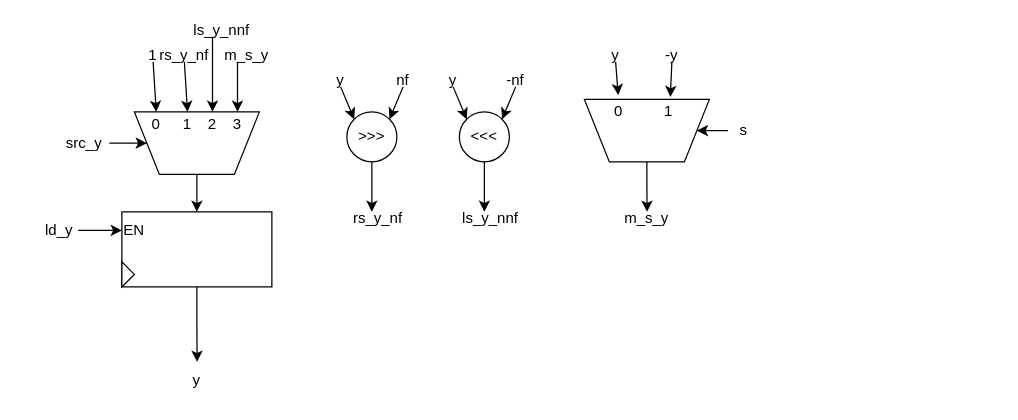
Earlier version of the draw.io diagram DataPath_reg_y.drawio (0xByteRush/COE302). Source tidied: cells renumbered, new cells numbered last; positions are measured from the earlier drawing's top-left corner, leaving out a move shared by most shapes. Both pictures are drawn from the tidied source at 125%, with x=0, y=0 at pixel (21, 24).
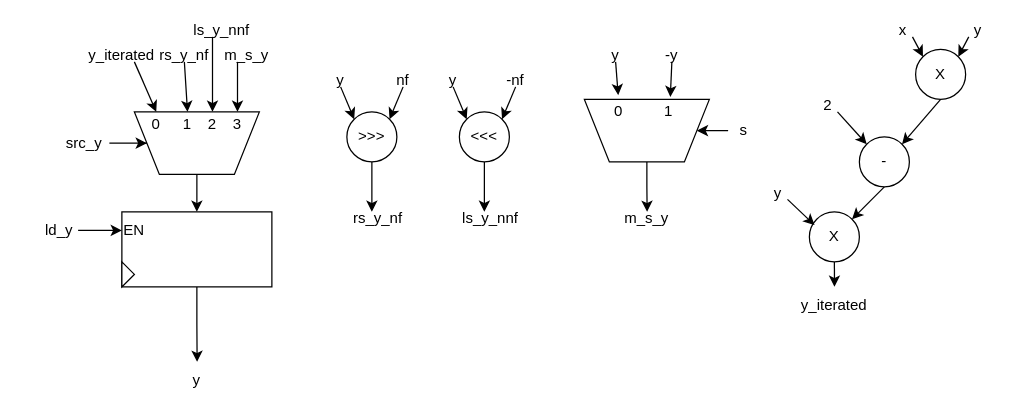
The same diagram, later.

The change refers to these unchanged cells:
```xml
<mxCell id="15" value="0" style="text;html=1;whiteSpace=wrap;strokeColor=none;fillColor=none;align=center;verticalAlign=middle;rounded=0;" parent="1" vertex="1">
  <mxGeometry x="95" y="70" width="25" height="20" as="geometry" />
</mxCell>
```

What changed in the source:
```diff
@@
-    <mxCell id="13" value="1" style="text;html=1;whiteSpace=wrap;strokeColor=none;fillColor=none;align=center;verticalAlign=middle;rounded=0;" parent="1" vertex="1">
-      <mxGeometry x="90" y="20" width="30" height="10" as="geometry" />
-    </mxCell>
-    <mxCell id="14" style="rounded=0;jettySize=auto;html=1;exitX=0.5;exitY=1;exitDx=0;exitDy=0;entryX=0.5;entryY=0;entryDx=0;entryDy=0;" parent="1" edge="1" source="13" target="15">
-      <mxGeometry relative="1" as="geometry" />
+    <mxCell id="14" style="rounded=0;jettySize=auto;html=1;entryX=0.5;entryY=0;entryDx=0;entryDy=0;" parent="1" edge="1" target="15">
+      <mxGeometry relative="1" as="geometry">
+        <mxPoint x="90" y="30" as="sourcePoint" />
+      </mxGeometry>
     </mxCell>
@@
+    <mxCell id="50" style="rounded=0;jettySize=auto;html=1;exitX=0.5;exitY=1;exitDx=0;exitDy=0;entryX=1;entryY=0;entryDx=0;entryDy=0;" parent="1" edge="1" source="51" target="55">
+      <mxGeometry relative="1" as="geometry" />
+    </mxCell>
+    <mxCell id="51" value="X" style="ellipse;whiteSpace=wrap;html=1;" parent="1" vertex="1">
+      <mxGeometry x="715" y="20" width="40" height="40" as="geometry" />
+    </mxCell>
+    <mxCell id="52" style="edgeStyle=orthogonalEdgeStyle;rounded=0;jettySize=auto;html=1;exitX=0.5;exitY=1;exitDx=0;exitDy=0;" parent="1" edge="1" source="53">
+      <mxGeometry relative="1" as="geometry">
+        <mxPoint x="650.1" y="210" as="targetPoint" />
+      </mxGeometry>
+    </mxCell>
+    <mxCell id="53" value="X" style="ellipse;whiteSpace=wrap;html=1;" parent="1" vertex="1">
+      <mxGeometry x="630" y="150" width="40" height="40" as="geometry" />
+    </mxCell>
+    <mxCell id="54" style="rounded=0;jettySize=auto;html=1;exitX=0.5;exitY=1;exitDx=0;exitDy=0;entryX=1;entryY=0;entryDx=0;entryDy=0;" parent="1" edge="1" source="55" target="53">
+      <mxGeometry relative="1" as="geometry" />
+    </mxCell>
+    <mxCell id="55" value="-" style="ellipse;whiteSpace=wrap;html=1;" parent="1" vertex="1">
+      <mxGeometry x="670" y="90" width="40" height="40" as="geometry" />
+    </mxCell>
+    <mxCell id="56" style="rounded=0;jettySize=auto;html=1;exitX=0.25;exitY=1;exitDx=0;exitDy=0;entryX=1;entryY=0;entryDx=0;entryDy=0;" parent="1" edge="1" source="57" target="51">
+      <mxGeometry relative="1" as="geometry" />
+    </mxCell>
+    <mxCell id="57" value="y" style="text;html=1;whiteSpace=wrap;strokeColor=none;fillColor=none;align=center;verticalAlign=middle;rounded=0;" parent="1" vertex="1">
+      <mxGeometry x="750" width="30" height="10" as="geometry" />
+    </mxCell>
+    <mxCell id="58" style="rounded=0;jettySize=auto;html=1;exitX=0.75;exitY=1;exitDx=0;exitDy=0;entryX=0;entryY=0;entryDx=0;entryDy=0;" parent="1" edge="1" source="59" target="51">
+      <mxGeometry relative="1" as="geometry" />
+    </mxCell>
+    <mxCell id="59" value="x" style="text;html=1;whiteSpace=wrap;strokeColor=none;fillColor=none;align=center;verticalAlign=middle;rounded=0;" parent="1" vertex="1">
+      <mxGeometry x="690" width="30" height="10" as="geometry" />
+    </mxCell>
+    <mxCell id="60" style="rounded=0;jettySize=auto;html=1;exitX=0.75;exitY=1;exitDx=0;exitDy=0;entryX=0;entryY=0;entryDx=0;entryDy=0;" parent="1" edge="1" source="61" target="55">
+      <mxGeometry relative="1" as="geometry" />
+    </mxCell>
+    <mxCell id="61" value="2" style="text;html=1;whiteSpace=wrap;strokeColor=none;fillColor=none;align=center;verticalAlign=middle;rounded=0;" parent="1" vertex="1">
+      <mxGeometry x="630" y="60" width="30" height="10" as="geometry" />
+    </mxCell>
+    <mxCell id="62" value="y" style="text;html=1;whiteSpace=wrap;strokeColor=none;fillColor=none;align=center;verticalAlign=middle;rounded=0;" parent="1" vertex="1">
+      <mxGeometry x="590" y="130" width="30" height="10" as="geometry" />
+    </mxCell>
+    <mxCell id="63" style="rounded=0;jettySize=auto;html=1;exitX=0.75;exitY=1;exitDx=0;exitDy=0;entryX=0.104;entryY=0.264;entryDx=0;entryDy=0;entryPerimeter=0;" parent="1" edge="1" source="62" target="53">
+      <mxGeometry relative="1" as="geometry" />
+    </mxCell>
+    <mxCell id="64" value="y_iterated" style="text;html=1;whiteSpace=wrap;strokeColor=none;fillColor=none;align=center;verticalAlign=middle;rounded=0;" parent="1" vertex="1">
+      <mxGeometry x="635" y="220" width="30" height="10" as="geometry" />
+    </mxCell>
+    <mxCell id="65" value="y_iterated" style="text;html=1;whiteSpace=wrap;strokeColor=none;fillColor=none;align=center;verticalAlign=middle;rounded=0;" parent="1" vertex="1">
+      <mxGeometry x="65" y="20" width="30" height="10" as="geometry" />
+    </mxCell>
```
